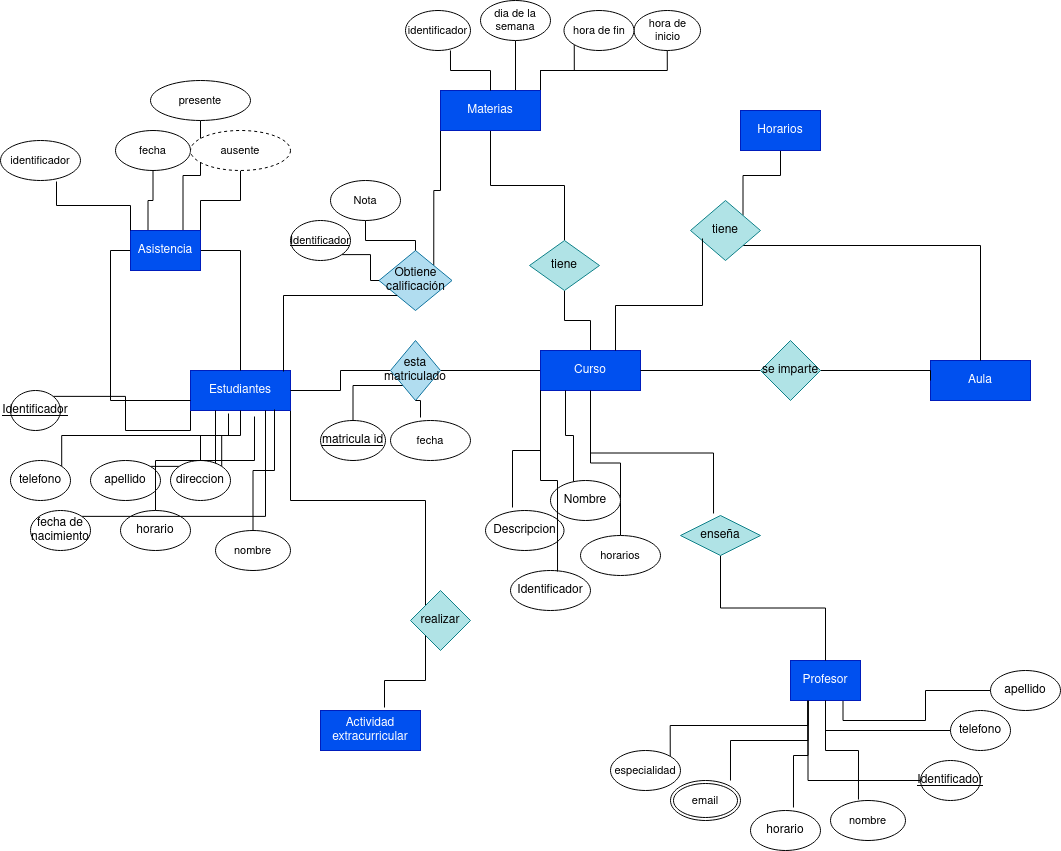
This is Unidad-1/Tareas/Tareas entregables - Tarea 1/Tarea entregable - 1.drawio.png from CRhernandez1/base-datos, a draw.io export, as it was before one commit. Source tidied: cells renumbered, new cells last; positions are measured from the earlier drawing's top-left corner, leaving out a move shared by most shapes.
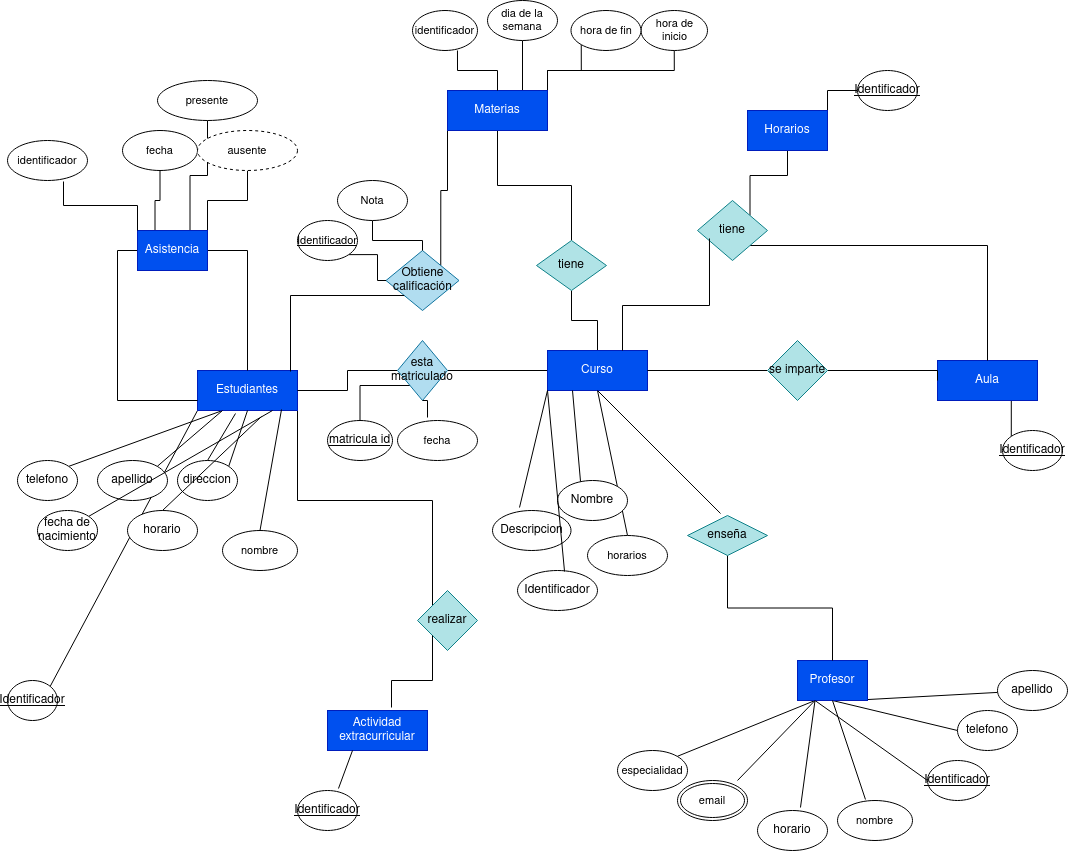
The same file after the commit.

Diff of the diagram source:
```diff
@@ -10,3 +10,3 @@
     </mxCell>
-    <mxCell id="4" style="edgeStyle=orthogonalEdgeStyle;shape=connector;rounded=0;jettySize=auto;html=1;exitX=0.5;exitY=1;exitDx=0;exitDy=0;entryX=0.5;entryY=0;entryDx=0;entryDy=0;labelBackgroundColor=default;strokeColor=default;align=center;verticalAlign=middle;fontFamily=Helvetica;fontSize=11;fontColor=default;endArrow=none;endFill=0;" parent="1" edge="1" source="5" target="86">
+    <mxCell id="4" style="shape=connector;rounded=0;jettySize=auto;html=1;exitX=0.5;exitY=1;exitDx=0;exitDy=0;entryX=0.5;entryY=0;entryDx=0;entryDy=0;labelBackgroundColor=default;strokeColor=default;align=center;verticalAlign=middle;fontFamily=Helvetica;fontSize=11;fontColor=default;endArrow=none;endFill=0;" parent="1" edge="1" source="5" target="86">
       <mxGeometry relative="1" as="geometry" />
@@ -16,6 +16,6 @@
     </mxCell>
-    <mxCell id="6" style="edgeStyle=orthogonalEdgeStyle;rounded=0;jettySize=auto;html=1;exitX=0;exitY=1;exitDx=0;exitDy=0;entryX=1;entryY=0;entryDx=0;entryDy=0;endArrow=none;endFill=0;" parent="1" edge="1" source="9" target="51">
+    <mxCell id="6" style="rounded=0;jettySize=auto;html=1;exitX=0;exitY=1;exitDx=0;exitDy=0;entryX=1;entryY=0;entryDx=0;entryDy=0;endArrow=none;endFill=0;" parent="1" edge="1" source="9" target="51">
       <mxGeometry relative="1" as="geometry" />
     </mxCell>
-    <mxCell id="7" style="edgeStyle=orthogonalEdgeStyle;shape=connector;rounded=0;jettySize=auto;html=1;exitX=0.25;exitY=1;exitDx=0;exitDy=0;entryX=1;entryY=0;entryDx=0;entryDy=0;labelBackgroundColor=default;strokeColor=default;align=center;verticalAlign=middle;fontFamily=Helvetica;fontSize=11;fontColor=default;endArrow=none;endFill=0;" parent="1" edge="1" source="9" target="56">
+    <mxCell id="7" style="shape=connector;rounded=0;jettySize=auto;html=1;exitX=0.25;exitY=1;exitDx=0;exitDy=0;entryX=1;entryY=0;entryDx=0;entryDy=0;labelBackgroundColor=default;strokeColor=default;align=center;verticalAlign=middle;fontFamily=Helvetica;fontSize=11;fontColor=default;endArrow=none;endFill=0;" parent="1" edge="1" source="9" target="56">
       <mxGeometry relative="1" as="geometry" />
@@ -37,12 +37,12 @@
     </mxCell>
-    <mxCell id="13" style="edgeStyle=orthogonalEdgeStyle;shape=connector;rounded=0;jettySize=auto;html=1;exitX=0.25;exitY=1;exitDx=0;exitDy=0;entryX=1;entryY=0;entryDx=0;entryDy=0;labelBackgroundColor=default;strokeColor=default;align=center;verticalAlign=middle;fontFamily=Helvetica;fontSize=11;fontColor=default;endArrow=none;endFill=0;" parent="1" edge="1" source="17" target="61">
+    <mxCell id="13" style="shape=connector;rounded=0;jettySize=auto;html=1;exitX=0.25;exitY=1;exitDx=0;exitDy=0;entryX=1;entryY=0;entryDx=0;entryDy=0;labelBackgroundColor=default;strokeColor=default;align=center;verticalAlign=middle;fontFamily=Helvetica;fontSize=11;fontColor=default;endArrow=none;endFill=0;" parent="1" edge="1" source="17" target="61">
       <mxGeometry relative="1" as="geometry" />
     </mxCell>
-    <mxCell id="14" style="edgeStyle=orthogonalEdgeStyle;shape=connector;rounded=0;jettySize=auto;html=1;exitX=0.75;exitY=1;exitDx=0;exitDy=0;labelBackgroundColor=default;strokeColor=default;align=center;verticalAlign=middle;fontFamily=Helvetica;fontSize=11;fontColor=default;endArrow=none;endFill=0;" parent="1" edge="1" source="17" target="66">
+    <mxCell id="14" style="shape=connector;rounded=0;jettySize=auto;html=1;exitX=0.75;exitY=1;exitDx=0;exitDy=0;labelBackgroundColor=default;strokeColor=default;align=center;verticalAlign=middle;fontFamily=Helvetica;fontSize=11;fontColor=default;endArrow=none;endFill=0;" parent="1" edge="1" source="17" target="66">
       <mxGeometry relative="1" as="geometry" />
     </mxCell>
-    <mxCell id="15" style="edgeStyle=orthogonalEdgeStyle;shape=connector;rounded=0;jettySize=auto;html=1;exitX=0.5;exitY=1;exitDx=0;exitDy=0;entryX=0;entryY=0.5;entryDx=0;entryDy=0;labelBackgroundColor=default;strokeColor=default;align=center;verticalAlign=middle;fontFamily=Helvetica;fontSize=11;fontColor=default;endArrow=none;endFill=0;" parent="1" edge="1" source="17" target="69">
+    <mxCell id="15" style="shape=connector;rounded=0;jettySize=auto;html=1;exitX=0.5;exitY=1;exitDx=0;exitDy=0;entryX=0;entryY=0.5;entryDx=0;entryDy=0;labelBackgroundColor=default;strokeColor=default;align=center;verticalAlign=middle;fontFamily=Helvetica;fontSize=11;fontColor=default;endArrow=none;endFill=0;" parent="1" edge="1" source="17" target="69">
       <mxGeometry relative="1" as="geometry" />
     </mxCell>
-    <mxCell id="16" style="edgeStyle=orthogonalEdgeStyle;shape=connector;rounded=0;jettySize=auto;html=1;exitX=0.25;exitY=1;exitDx=0;exitDy=0;entryX=0;entryY=0.5;entryDx=0;entryDy=0;labelBackgroundColor=default;strokeColor=default;align=center;verticalAlign=middle;fontFamily=Helvetica;fontSize=11;fontColor=default;endArrow=none;endFill=0;" parent="1" edge="1" source="17" target="65">
+    <mxCell id="16" style="shape=connector;rounded=0;jettySize=auto;html=1;exitX=0.25;exitY=1;exitDx=0;exitDy=0;entryX=0;entryY=0.5;entryDx=0;entryDy=0;labelBackgroundColor=default;strokeColor=default;align=center;verticalAlign=middle;fontFamily=Helvetica;fontSize=11;fontColor=default;endArrow=none;endFill=0;" parent="1" edge="1" source="17" target="65">
       <mxGeometry relative="1" as="geometry" />
@@ -79,2 +79,5 @@
     </mxCell>
+    <mxCell id="95" style="edgeStyle=orthogonalEdgeStyle;shape=connector;rounded=0;jettySize=auto;html=1;exitX=0.75;exitY=1;exitDx=0;exitDy=0;entryX=0;entryY=0;entryDx=0;entryDy=0;labelBackgroundColor=default;strokeColor=default;align=center;verticalAlign=middle;fontFamily=Helvetica;fontSize=11;fontColor=default;endArrow=none;endFill=0;" parent="1" edge="1" source="27" target="99">
+      <mxGeometry relative="1" as="geometry" />
+    </mxCell>
     <mxCell id="27" value="Aula" style="whiteSpace=wrap;html=1;align=center;fillColor=#0050ef;strokeColor=#001DBC;fontColor=#ffffff;" parent="1" vertex="1">
@@ -104,2 +107,5 @@
     </mxCell>
+    <mxCell id="96" style="edgeStyle=orthogonalEdgeStyle;shape=connector;rounded=0;jettySize=auto;html=1;exitX=1;exitY=0;exitDx=0;exitDy=0;labelBackgroundColor=default;strokeColor=default;align=center;verticalAlign=middle;fontFamily=Helvetica;fontSize=11;fontColor=default;endArrow=none;endFill=0;" parent="1" edge="1" source="34" target="100">
+      <mxGeometry relative="1" as="geometry" />
+    </mxCell>
     <mxCell id="34" value="Horarios" style="whiteSpace=wrap;html=1;align=center;fillColor=#0050ef;strokeColor=#001DBC;fontColor=#ffffff;" parent="1" vertex="1">
@@ -107,3 +113,3 @@
     </mxCell>
-    <mxCell id="35" style="edgeStyle=orthogonalEdgeStyle;rounded=0;jettySize=auto;html=1;exitX=0.5;exitY=1;exitDx=0;exitDy=0;entryX=0.413;entryY=-0.05;entryDx=0;entryDy=0;entryPerimeter=0;endArrow=none;endFill=0;" parent="1" edge="1" source="5" target="19">
+    <mxCell id="35" style="rounded=0;jettySize=auto;html=1;exitX=0.5;exitY=1;exitDx=0;exitDy=0;entryX=0.413;entryY=-0.05;entryDx=0;entryDy=0;entryPerimeter=0;endArrow=none;endFill=0;" parent="1" edge="1" source="5" target="19">
       <mxGeometry relative="1" as="geometry" />
@@ -154,3 +160,3 @@
     </mxCell>
-    <mxCell id="49" style="edgeStyle=orthogonalEdgeStyle;shape=connector;rounded=0;jettySize=auto;html=1;exitX=1;exitY=0;exitDx=0;exitDy=0;entryX=0.25;entryY=1;entryDx=0;entryDy=0;labelBackgroundColor=default;strokeColor=default;align=center;verticalAlign=middle;fontFamily=Helvetica;fontSize=11;fontColor=default;endArrow=none;endFill=0;" parent="1" edge="1" source="50" target="9">
+    <mxCell id="49" style="shape=connector;rounded=0;jettySize=auto;html=1;exitX=1;exitY=0;exitDx=0;exitDy=0;entryX=0.25;entryY=1;entryDx=0;entryDy=0;labelBackgroundColor=default;strokeColor=default;align=center;verticalAlign=middle;fontFamily=Helvetica;fontSize=11;fontColor=default;endArrow=none;endFill=0;" parent="1" edge="1" source="50" target="9">
       <mxGeometry relative="1" as="geometry" />
@@ -161,3 +167,3 @@
     <mxCell id="51" value="Identificador" style="ellipse;whiteSpace=wrap;html=1;align=center;fontStyle=4;" parent="1" vertex="1">
-      <mxGeometry x="10" y="390" width="50" height="40" as="geometry" />
+      <mxGeometry y="680" width="50" height="40" as="geometry" />
     </mxCell>
@@ -169,3 +175,3 @@
     </mxCell>
-    <mxCell id="54" style="edgeStyle=orthogonalEdgeStyle;shape=connector;rounded=0;jettySize=auto;html=1;exitX=1;exitY=0;exitDx=0;exitDy=0;entryX=0.75;entryY=1;entryDx=0;entryDy=0;labelBackgroundColor=default;strokeColor=default;align=center;verticalAlign=middle;fontFamily=Helvetica;fontSize=11;fontColor=default;endArrow=none;endFill=0;" parent="1" edge="1" source="55" target="9">
+    <mxCell id="54" style="shape=connector;rounded=0;jettySize=auto;html=1;exitX=1;exitY=0;exitDx=0;exitDy=0;entryX=0.75;entryY=1;entryDx=0;entryDy=0;labelBackgroundColor=default;strokeColor=default;align=center;verticalAlign=middle;fontFamily=Helvetica;fontSize=11;fontColor=default;endArrow=none;endFill=0;" parent="1" edge="1" source="55" target="9">
       <mxGeometry relative="1" as="geometry" />
@@ -178,3 +184,3 @@
     </mxCell>
-    <mxCell id="57" style="edgeStyle=orthogonalEdgeStyle;shape=connector;rounded=0;jettySize=auto;html=1;exitX=1;exitY=0;exitDx=0;exitDy=0;entryX=0.5;entryY=1;entryDx=0;entryDy=0;labelBackgroundColor=default;strokeColor=default;align=center;verticalAlign=middle;fontFamily=Helvetica;fontSize=11;fontColor=default;endArrow=none;endFill=0;" parent="1" edge="1" source="58" target="9">
+    <mxCell id="57" style="shape=connector;rounded=0;jettySize=auto;html=1;exitX=1;exitY=0;exitDx=0;exitDy=0;entryX=0.5;entryY=1;entryDx=0;entryDy=0;labelBackgroundColor=default;strokeColor=default;align=center;verticalAlign=middle;fontFamily=Helvetica;fontSize=11;fontColor=default;endArrow=none;endFill=0;" parent="1" edge="1" source="58" target="9">
       <mxGeometry relative="1" as="geometry" />
@@ -184,6 +190,6 @@
     </mxCell>
-    <mxCell id="59" style="edgeStyle=orthogonalEdgeStyle;shape=connector;rounded=0;jettySize=auto;html=1;exitX=0.5;exitY=0;exitDx=0;exitDy=0;entryX=0.38;entryY=1.075;entryDx=0;entryDy=0;entryPerimeter=0;labelBackgroundColor=default;strokeColor=default;align=center;verticalAlign=middle;fontFamily=Helvetica;fontSize=11;fontColor=default;endArrow=none;endFill=0;" parent="1" edge="1" source="58" target="9">
+    <mxCell id="59" style="shape=connector;rounded=0;jettySize=auto;html=1;exitX=0.5;exitY=0;exitDx=0;exitDy=0;entryX=0.38;entryY=1.075;entryDx=0;entryDy=0;entryPerimeter=0;labelBackgroundColor=default;strokeColor=default;align=center;verticalAlign=middle;fontFamily=Helvetica;fontSize=11;fontColor=default;endArrow=none;endFill=0;" parent="1" edge="1" source="58" target="9">
       <mxGeometry relative="1" as="geometry" />
     </mxCell>
-    <mxCell id="60" style="edgeStyle=orthogonalEdgeStyle;shape=connector;rounded=0;jettySize=auto;html=1;exitX=0.5;exitY=0;exitDx=0;exitDy=0;entryX=0.64;entryY=1.15;entryDx=0;entryDy=0;entryPerimeter=0;labelBackgroundColor=default;strokeColor=default;align=center;verticalAlign=middle;fontFamily=Helvetica;fontSize=11;fontColor=default;endArrow=none;endFill=0;" parent="1" edge="1" source="53" target="9">
+    <mxCell id="60" style="shape=connector;rounded=0;jettySize=auto;html=1;exitX=0.5;exitY=0;exitDx=0;exitDy=0;entryX=0.64;entryY=1.15;entryDx=0;entryDy=0;entryPerimeter=0;labelBackgroundColor=default;strokeColor=default;align=center;verticalAlign=middle;fontFamily=Helvetica;fontSize=11;fontColor=default;endArrow=none;endFill=0;" parent="1" edge="1" source="53" target="9">
       <mxGeometry relative="1" as="geometry" />
@@ -208,3 +214,3 @@
     </mxCell>
-    <mxCell id="67" style="edgeStyle=orthogonalEdgeStyle;shape=connector;rounded=0;jettySize=auto;html=1;exitX=0.5;exitY=0;exitDx=0;exitDy=0;entryX=0.84;entryY=0.975;entryDx=0;entryDy=0;entryPerimeter=0;labelBackgroundColor=default;strokeColor=default;align=center;verticalAlign=middle;fontFamily=Helvetica;fontSize=11;fontColor=default;endArrow=none;endFill=0;" parent="1" edge="1" source="62" target="9">
+    <mxCell id="67" style="shape=connector;rounded=0;jettySize=auto;html=1;exitX=0.5;exitY=0;exitDx=0;exitDy=0;entryX=0.84;entryY=0.975;entryDx=0;entryDy=0;entryPerimeter=0;labelBackgroundColor=default;strokeColor=default;align=center;verticalAlign=middle;fontFamily=Helvetica;fontSize=11;fontColor=default;endArrow=none;endFill=0;" parent="1" edge="1" source="62" target="9">
       <mxGeometry relative="1" as="geometry" />
@@ -223,9 +229,9 @@
     </mxCell>
-    <mxCell id="72" style="edgeStyle=orthogonalEdgeStyle;shape=connector;rounded=0;jettySize=auto;html=1;exitX=0.5;exitY=1;exitDx=0;exitDy=0;entryX=0.373;entryY=-0.025;entryDx=0;entryDy=0;entryPerimeter=0;labelBackgroundColor=default;strokeColor=default;align=center;verticalAlign=middle;fontFamily=Helvetica;fontSize=11;fontColor=default;endArrow=none;endFill=0;" parent="1" edge="1" source="17" target="68">
+    <mxCell id="72" style="shape=connector;rounded=0;jettySize=auto;html=1;exitX=0.5;exitY=1;exitDx=0;exitDy=0;entryX=0.373;entryY=-0.025;entryDx=0;entryDy=0;entryPerimeter=0;labelBackgroundColor=default;strokeColor=default;align=center;verticalAlign=middle;fontFamily=Helvetica;fontSize=11;fontColor=default;endArrow=none;endFill=0;" parent="1" edge="1" source="17" target="68">
       <mxGeometry relative="1" as="geometry" />
     </mxCell>
-    <mxCell id="73" style="edgeStyle=orthogonalEdgeStyle;shape=connector;rounded=0;jettySize=auto;html=1;exitX=0.25;exitY=1;exitDx=0;exitDy=0;entryX=0.614;entryY=-0.075;entryDx=0;entryDy=0;entryPerimeter=0;labelBackgroundColor=default;strokeColor=default;align=center;verticalAlign=middle;fontFamily=Helvetica;fontSize=11;fontColor=default;endArrow=none;endFill=0;" parent="1" edge="1" source="17" target="70">
+    <mxCell id="73" style="shape=connector;rounded=0;jettySize=auto;html=1;exitX=0.25;exitY=1;exitDx=0;exitDy=0;entryX=0.614;entryY=-0.075;entryDx=0;entryDy=0;entryPerimeter=0;labelBackgroundColor=default;strokeColor=default;align=center;verticalAlign=middle;fontFamily=Helvetica;fontSize=11;fontColor=default;endArrow=none;endFill=0;" parent="1" edge="1" source="17" target="70">
       <mxGeometry relative="1" as="geometry" />
     </mxCell>
-    <mxCell id="74" style="edgeStyle=orthogonalEdgeStyle;shape=connector;rounded=0;jettySize=auto;html=1;exitX=0.25;exitY=1;exitDx=0;exitDy=0;entryX=0.857;entryY=0;entryDx=0;entryDy=0;entryPerimeter=0;labelBackgroundColor=default;strokeColor=default;align=center;verticalAlign=middle;fontFamily=Helvetica;fontSize=11;fontColor=default;endArrow=none;endFill=0;" parent="1" edge="1" source="17" target="71">
+    <mxCell id="74" style="shape=connector;rounded=0;jettySize=auto;html=1;exitX=0.25;exitY=1;exitDx=0;exitDy=0;entryX=0.857;entryY=0;entryDx=0;entryDy=0;entryPerimeter=0;labelBackgroundColor=default;strokeColor=default;align=center;verticalAlign=middle;fontFamily=Helvetica;fontSize=11;fontColor=default;endArrow=none;endFill=0;" parent="1" edge="1" source="17" target="71">
       <mxGeometry relative="1" as="geometry" />
@@ -277,9 +283,9 @@
     </mxCell>
-    <mxCell id="90" style="edgeStyle=orthogonalEdgeStyle;shape=connector;rounded=0;jettySize=auto;html=1;exitX=0;exitY=1;exitDx=0;exitDy=0;entryX=0.344;entryY=-0.075;entryDx=0;entryDy=0;entryPerimeter=0;labelBackgroundColor=default;strokeColor=default;align=center;verticalAlign=middle;fontFamily=Helvetica;fontSize=11;fontColor=default;endArrow=none;endFill=0;" parent="1" edge="1" source="5" target="76">
+    <mxCell id="90" style="shape=connector;rounded=0;jettySize=auto;html=1;exitX=0;exitY=1;exitDx=0;exitDy=0;entryX=0.344;entryY=-0.075;entryDx=0;entryDy=0;entryPerimeter=0;labelBackgroundColor=default;strokeColor=default;align=center;verticalAlign=middle;fontFamily=Helvetica;fontSize=11;fontColor=default;endArrow=none;endFill=0;" parent="1" edge="1" source="5" target="76">
       <mxGeometry relative="1" as="geometry" />
     </mxCell>
-    <mxCell id="91" style="edgeStyle=orthogonalEdgeStyle;shape=connector;rounded=0;jettySize=auto;html=1;exitX=0.25;exitY=1;exitDx=0;exitDy=0;entryX=0.329;entryY=0.025;entryDx=0;entryDy=0;entryPerimeter=0;labelBackgroundColor=default;strokeColor=default;align=center;verticalAlign=middle;fontFamily=Helvetica;fontSize=11;fontColor=default;endArrow=none;endFill=0;" parent="1" edge="1" source="5" target="75">
+    <mxCell id="91" style="shape=connector;rounded=0;jettySize=auto;html=1;exitX=0.25;exitY=1;exitDx=0;exitDy=0;entryX=0.329;entryY=0.025;entryDx=0;entryDy=0;entryPerimeter=0;labelBackgroundColor=default;strokeColor=default;align=center;verticalAlign=middle;fontFamily=Helvetica;fontSize=11;fontColor=default;endArrow=none;endFill=0;" parent="1" edge="1" source="5" target="75">
       <mxGeometry relative="1" as="geometry" />
     </mxCell>
-    <mxCell id="92" style="edgeStyle=orthogonalEdgeStyle;shape=connector;rounded=0;jettySize=auto;html=1;exitX=0;exitY=1;exitDx=0;exitDy=0;entryX=0.588;entryY=0.025;entryDx=0;entryDy=0;entryPerimeter=0;labelBackgroundColor=default;strokeColor=default;align=center;verticalAlign=middle;fontFamily=Helvetica;fontSize=11;fontColor=default;endArrow=none;endFill=0;" parent="1" edge="1" source="5" target="52">
+    <mxCell id="92" style="shape=connector;rounded=0;jettySize=auto;html=1;exitX=0;exitY=1;exitDx=0;exitDy=0;entryX=0.588;entryY=0.025;entryDx=0;entryDy=0;entryPerimeter=0;labelBackgroundColor=default;strokeColor=default;align=center;verticalAlign=middle;fontFamily=Helvetica;fontSize=11;fontColor=default;endArrow=none;endFill=0;" parent="1" edge="1" source="5" target="52">
       <mxGeometry relative="1" as="geometry" />
@@ -292,2 +298,14 @@
     </mxCell>
+    <mxCell id="97" value="Identificador" style="ellipse;whiteSpace=wrap;html=1;align=center;fontStyle=4;" parent="1" vertex="1">
+      <mxGeometry x="290" y="790" width="60" height="40" as="geometry" />
+    </mxCell>
+    <mxCell id="98" style="shape=connector;rounded=0;jettySize=auto;html=1;exitX=0.25;exitY=1;exitDx=0;exitDy=0;entryX=0.683;entryY=-0.05;entryDx=0;entryDy=0;entryPerimeter=0;labelBackgroundColor=default;strokeColor=default;align=center;verticalAlign=middle;fontFamily=Helvetica;fontSize=11;fontColor=default;endArrow=none;endFill=0;" parent="1" edge="1" source="43" target="97">
+      <mxGeometry relative="1" as="geometry" />
+    </mxCell>
+    <mxCell id="99" value="Identificador" style="ellipse;whiteSpace=wrap;html=1;align=center;fontStyle=4;" parent="1" vertex="1">
+      <mxGeometry x="995" y="430" width="60" height="40" as="geometry" />
+    </mxCell>
+    <mxCell id="100" value="Identificador" style="ellipse;whiteSpace=wrap;html=1;align=center;fontStyle=4;" parent="1" vertex="1">
+      <mxGeometry x="850" y="70" width="60" height="40" as="geometry" />
+    </mxCell>
   </root>
```
